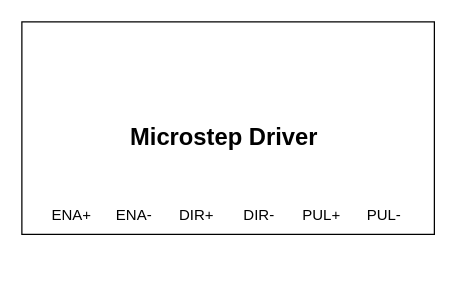
This is Stepper-Driver-Esp32 Circuit Diagram.drawio from DattBhatt/Draw.io, a draw.io file, before an edit. Source tidied: cells renumbered, new cells numbered last; positions are measured from the earlier drawing's top-left corner, leaving out a move shared by most shapes. Both pictures are drawn from the tidied source at 125%, with x=0, y=0 at pixel (21, 21).
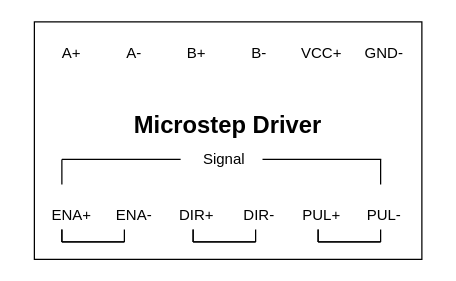
After the change.

Change to the diagram source:
```diff
@@
     <mxCell id="2" style="rounded=0;whiteSpace=wrap;html=1;" parent="1" vertex="1">
-      <mxGeometry width="330" height="170" as="geometry" />
+      <mxGeometry x="10" width="310" height="190" as="geometry" />
     </mxCell>
+    <mxCell id="5" value="&lt;h1 style=&quot;margin-top: 0px;&quot;&gt;&lt;font style=&quot;font-size: 19px;&quot;&gt;Microstep Driver&lt;/font&gt;&lt;/h1&gt;" style="text;html=1;whiteSpace=wrap;overflow=hidden;rounded=0;align=center;" parent="1" vertex="1">
+      <mxGeometry x="85" y="60" width="160" height="40" as="geometry" />
+    </mxCell>
+    <mxCell id="10" value="A+" style="text;html=1;align=center;verticalAlign=middle;whiteSpace=wrap;rounded=0;" parent="1" vertex="1">
+      <mxGeometry x="10" y="10" width="60" height="30" as="geometry" />
+    </mxCell>
+    <mxCell id="11" value="GND-" style="text;html=1;align=center;verticalAlign=middle;whiteSpace=wrap;rounded=0;" parent="1" vertex="1">
+      <mxGeometry x="260" y="10" width="60" height="30" as="geometry" />
+    </mxCell>
+    <mxCell id="12" value="A-" style="text;html=1;align=center;verticalAlign=middle;whiteSpace=wrap;rounded=0;" parent="1" vertex="1">
+      <mxGeometry x="60" y="10" width="60" height="30" as="geometry" />
+    </mxCell>
+    <mxCell id="13" value="B+" style="text;html=1;align=center;verticalAlign=middle;whiteSpace=wrap;rounded=0;" parent="1" vertex="1">
+      <mxGeometry x="110" y="10" width="60" height="30" as="geometry" />
+    </mxCell>
+    <mxCell id="14" value="B-" style="text;html=1;align=center;verticalAlign=middle;whiteSpace=wrap;rounded=0;" parent="1" vertex="1">
+      <mxGeometry x="160" y="10" width="60" height="30" as="geometry" />
+    </mxCell>
+    <mxCell id="15" value="VCC+" style="text;html=1;align=center;verticalAlign=middle;whiteSpace=wrap;rounded=0;" parent="1" vertex="1">
+      <mxGeometry x="210" y="10" width="60" height="30" as="geometry" />
+    </mxCell>
+    <mxCell id="16" value="Signal" style="text;html=1;align=center;verticalAlign=middle;whiteSpace=wrap;rounded=0;" parent="1" vertex="1">
+      <mxGeometry x="132" y="100" width="60" height="20" as="geometry" />
+    </mxCell>
@@
-    <mxCell id="5" value="&lt;h1 style=&quot;margin-top: 0px;&quot;&gt;&lt;font style=&quot;font-size: 19px;&quot;&gt;Microstep Driver&lt;/font&gt;&lt;/h1&gt;" style="text;html=1;whiteSpace=wrap;overflow=hidden;rounded=0;" parent="1" vertex="1">
-      <mxGeometry x="85" y="70" width="160" height="40" as="geometry" />
-    </mxCell>
+    <mxCell id="17" style="group;rotation=-180;" parent="1" vertex="1">
+      <mxGeometry x="32" y="166" width="50" height="10" as="geometry" />
+    </mxCell>
+    <mxCell id="18" style="endArrow=none;html=1;rounded=0;exitX=0.5;exitY=0;exitDx=0;exitDy=0;" parent="17" edge="1">
+      <mxGeometry relative="1" as="geometry">
+        <mxPoint as="sourcePoint" />
+        <mxPoint y="10" as="targetPoint" />
+      </mxGeometry>
+    </mxCell>
+    <mxCell id="19" style="endArrow=none;html=1;rounded=0;" parent="17" edge="1">
+      <mxGeometry relative="1" as="geometry">
+        <mxPoint x="50" y="10" as="sourcePoint" />
+        <mxPoint y="10" as="targetPoint" />
+      </mxGeometry>
+    </mxCell>
+    <mxCell id="20" style="group;rotation=-180;" parent="17" vertex="1">
+      <mxGeometry width="50" height="10" as="geometry" />
+    </mxCell>
+    <mxCell id="21" style="endArrow=none;html=1;rounded=0;exitX=0.5;exitY=0;exitDx=0;exitDy=0;" parent="20" edge="1">
+      <mxGeometry relative="1" as="geometry">
+        <mxPoint x="50" as="sourcePoint" />
+        <mxPoint x="50" y="10" as="targetPoint" />
+      </mxGeometry>
+    </mxCell>
+    <mxCell id="22" style="endArrow=none;html=1;rounded=0;exitX=0.5;exitY=0;exitDx=0;exitDy=0;" parent="20" edge="1">
+      <mxGeometry relative="1" as="geometry">
+        <mxPoint as="sourcePoint" />
+        <mxPoint y="10" as="targetPoint" />
+      </mxGeometry>
+    </mxCell>
+    <mxCell id="23" style="endArrow=none;html=1;rounded=0;" parent="20" edge="1">
+      <mxGeometry relative="1" as="geometry">
+        <mxPoint x="50" y="10" as="sourcePoint" />
+        <mxPoint y="10" as="targetPoint" />
+      </mxGeometry>
+    </mxCell>
@@
+    <mxCell id="24" style="group;rotation=-180;" parent="1" vertex="1">
+      <mxGeometry x="137" y="166" width="50" height="10" as="geometry" />
+    </mxCell>
+    <mxCell id="25" style="endArrow=none;html=1;rounded=0;exitX=0.5;exitY=0;exitDx=0;exitDy=0;" parent="24" edge="1">
+      <mxGeometry relative="1" as="geometry">
+        <mxPoint as="sourcePoint" />
+        <mxPoint y="10" as="targetPoint" />
+      </mxGeometry>
+    </mxCell>
+    <mxCell id="26" style="endArrow=none;html=1;rounded=0;" parent="24" edge="1">
+      <mxGeometry relative="1" as="geometry">
+        <mxPoint x="50" y="10" as="sourcePoint" />
+        <mxPoint y="10" as="targetPoint" />
+      </mxGeometry>
+    </mxCell>
+    <mxCell id="27" style="group;rotation=-180;" parent="24" vertex="1">
+      <mxGeometry width="50" height="10" as="geometry" />
+    </mxCell>
+    <mxCell id="28" style="endArrow=none;html=1;rounded=0;exitX=0.5;exitY=0;exitDx=0;exitDy=0;" parent="27" edge="1">
+      <mxGeometry relative="1" as="geometry">
+        <mxPoint x="50" as="sourcePoint" />
+        <mxPoint x="50" y="10" as="targetPoint" />
+      </mxGeometry>
+    </mxCell>
+    <mxCell id="29" style="endArrow=none;html=1;rounded=0;exitX=0.5;exitY=0;exitDx=0;exitDy=0;" parent="27" edge="1">
+      <mxGeometry relative="1" as="geometry">
+        <mxPoint as="sourcePoint" />
+        <mxPoint y="10" as="targetPoint" />
+      </mxGeometry>
+    </mxCell>
+    <mxCell id="30" style="endArrow=none;html=1;rounded=0;" parent="27" edge="1">
+      <mxGeometry relative="1" as="geometry">
+        <mxPoint x="50" y="10" as="sourcePoint" />
+        <mxPoint y="10" as="targetPoint" />
+      </mxGeometry>
+    </mxCell>
+    <mxCell id="31" style="group;rotation=-180;" parent="1" vertex="1">
+      <mxGeometry x="237" y="166" width="50" height="10" as="geometry" />
+    </mxCell>
+    <mxCell id="32" style="endArrow=none;html=1;rounded=0;exitX=0.5;exitY=0;exitDx=0;exitDy=0;" parent="31" edge="1">
+      <mxGeometry relative="1" as="geometry">
+        <mxPoint as="sourcePoint" />
+        <mxPoint y="10" as="targetPoint" />
+      </mxGeometry>
+    </mxCell>
+    <mxCell id="33" style="endArrow=none;html=1;rounded=0;" parent="31" edge="1">
+      <mxGeometry relative="1" as="geometry">
+        <mxPoint x="50" y="10" as="sourcePoint" />
+        <mxPoint y="10" as="targetPoint" />
+      </mxGeometry>
+    </mxCell>
+    <mxCell id="34" style="group;rotation=-180;" parent="31" vertex="1">
+      <mxGeometry width="50" height="10" as="geometry" />
+    </mxCell>
+    <mxCell id="35" style="endArrow=none;html=1;rounded=0;exitX=0.5;exitY=0;exitDx=0;exitDy=0;" parent="34" edge="1">
+      <mxGeometry relative="1" as="geometry">
+        <mxPoint x="50" as="sourcePoint" />
+        <mxPoint x="50" y="10" as="targetPoint" />
+      </mxGeometry>
+    </mxCell>
+    <mxCell id="36" style="endArrow=none;html=1;rounded=0;exitX=0.5;exitY=0;exitDx=0;exitDy=0;" parent="34" edge="1">
+      <mxGeometry relative="1" as="geometry">
+        <mxPoint as="sourcePoint" />
+        <mxPoint y="10" as="targetPoint" />
+      </mxGeometry>
+    </mxCell>
+    <mxCell id="37" style="endArrow=none;html=1;rounded=0;" parent="34" edge="1">
+      <mxGeometry relative="1" as="geometry">
+        <mxPoint x="50" y="10" as="sourcePoint" />
+        <mxPoint y="10" as="targetPoint" />
+      </mxGeometry>
+    </mxCell>
+    <mxCell id="38" style="endArrow=none;html=1;rounded=0;entryX=0;entryY=0.5;entryDx=0;entryDy=0;exitX=0.121;exitY=0.647;exitDx=0;exitDy=0;exitPerimeter=0;" parent="1" edge="1">
+      <mxGeometry relative="1" as="geometry">
+        <mxPoint x="192.5" y="110" as="sourcePoint" />
+        <mxPoint x="287.5" y="110" as="targetPoint" />
+      </mxGeometry>
+    </mxCell>
+    <mxCell id="39" style="endArrow=none;html=1;rounded=0;entryX=0.121;entryY=0.765;entryDx=0;entryDy=0;exitX=0.121;exitY=0.647;exitDx=0;exitDy=0;exitPerimeter=0;entryPerimeter=0;" parent="1" edge="1">
+      <mxGeometry relative="1" as="geometry">
+        <mxPoint x="287" y="110" as="sourcePoint" />
+        <mxPoint x="287" y="130" as="targetPoint" />
+      </mxGeometry>
+    </mxCell>
+    <mxCell id="40" style="endArrow=none;html=1;rounded=0;entryX=0;entryY=0.5;entryDx=0;entryDy=0;exitX=0.121;exitY=0.647;exitDx=0;exitDy=0;exitPerimeter=0;" parent="1" edge="1">
+      <mxGeometry relative="1" as="geometry">
+        <mxPoint x="32" y="110" as="sourcePoint" />
+        <mxPoint x="127" y="110" as="targetPoint" />
+      </mxGeometry>
+    </mxCell>
+    <mxCell id="41" style="endArrow=none;html=1;rounded=0;entryX=0.121;entryY=0.765;entryDx=0;entryDy=0;entryPerimeter=0;" parent="1" edge="1">
+      <mxGeometry relative="1" as="geometry">
+        <mxPoint x="32" y="110" as="sourcePoint" />
+        <mxPoint x="32" y="130" as="targetPoint" />
+      </mxGeometry>
+    </mxCell>
```
